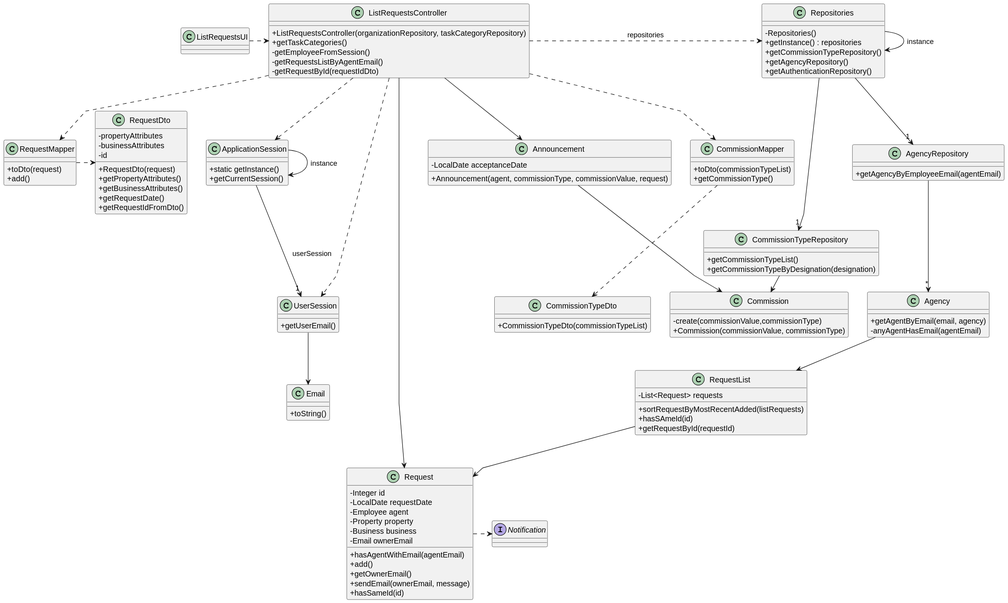
This is docs/sprintD/us008/03.design/svg/us008-class-diagram.svg from rita-barbosa/LAPR2-2223, a PlantUML export, as it was before one commit.
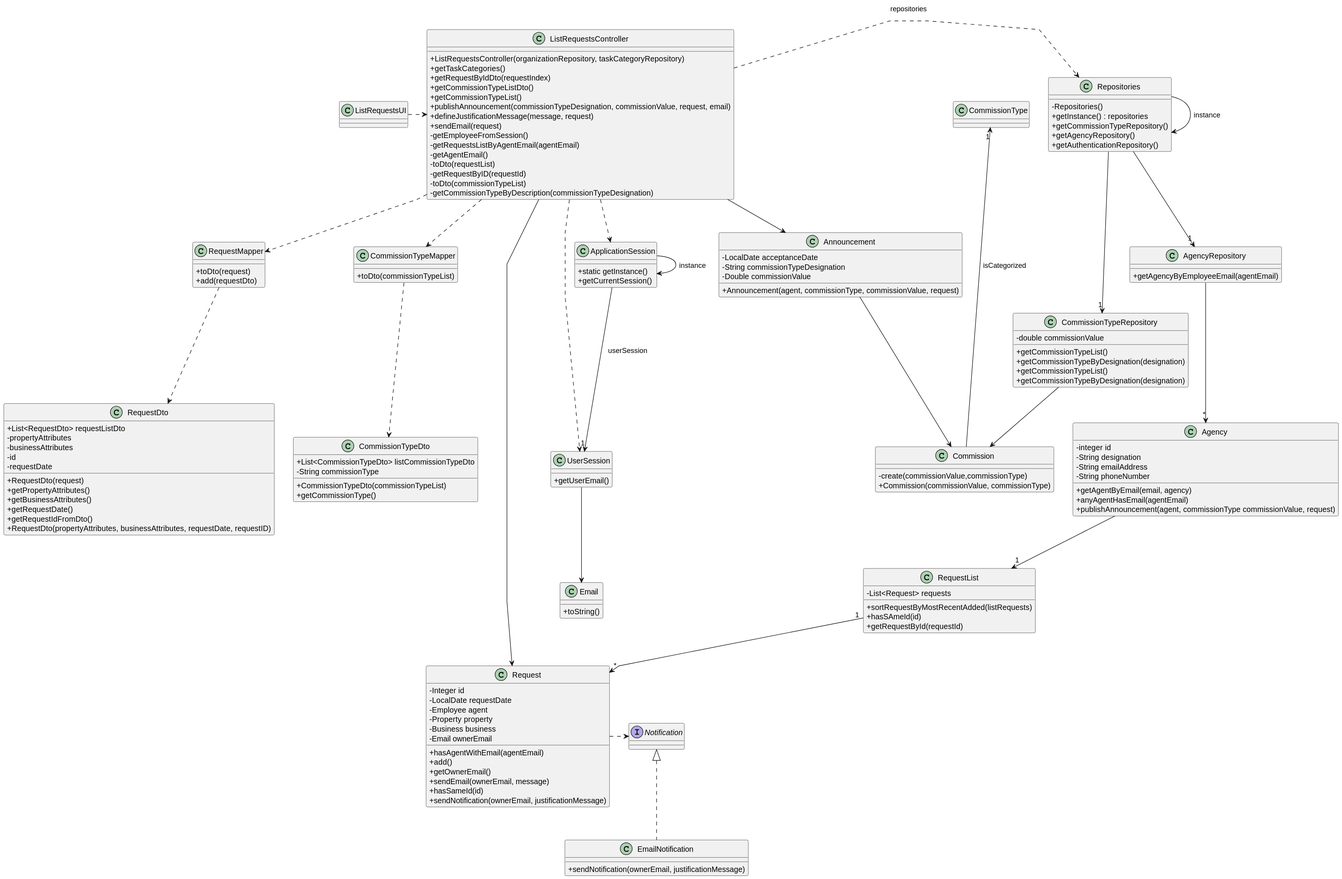
Above is the later version.

Change to the diagram source:
```diff
@@ -17,6 +17,8 @@
 
 
 class CommissionTypeRepository {
+    - double commissionValue
+
     + getCommissionTypeList()
     + getCommissionTypeByDesignation(designation)
 }
@@ -36,10 +38,19 @@
 class ListRequestsController {
     + ListRequestsController(organizationRepository, taskCategoryRepository)
     + getTaskCategories()
+    + getRequestByIdDto(requestIndex)
+    + getCommissionTypeListDto()
+    + getCommissionTypeList()
+    + publishAnnouncement(commissionTypeDesignation, commissionValue, request, email)
+    + defineJustificationMessage(message, request)
+    + sendEmail(request)
     - getEmployeeFromSession()
-    - getRequestsListByAgentEmail()
-    - getRequestById(requestIdDto)
-
+    - getRequestsListByAgentEmail(agentEmail)
+    - getAgentEmail()
+    - toDto(requestList)
+    - getRequestByID(requestId)
+    - toDto(commissionTypeList)
+    - getCommissionTypeByDescription(commissionTypeDesignation)
 }
 
 class ListRequestsUI {
@@ -51,6 +62,8 @@
 
 class Announcement{
     - LocalDate acceptanceDate
+    - String commissionTypeDesignation
+    - Double commissionValue
     + Announcement(agent, commissionType, commissionValue, request)
 }
 
@@ -59,9 +72,20 @@
     + Commission(commissionValue, commissionType)
 }
 
+class CommissionTypeRepository {
+    + getCommissionTypeList()
+    + getCommissionTypeByDesignation(designation)
+}
+
 class Agency{
+    - integer id
+    - String designation
+    - String emailAddress
+    - String phoneNumber
+
     + getAgentByEmail(email, agency)
-    - anyAgentHasEmail(agentEmail)
+    + anyAgentHasEmail(agentEmail)
+    + publishAnnouncement(agent, commissionType commissionValue, request)
 }
 
 class Request{
@@ -77,6 +101,7 @@
 +getOwnerEmail()
 +sendEmail(ownerEmail, message)
 +hasSameId(id)
++ sendNotification(ownerEmail, justificationMessage)
 }
 
 class RequestList{
@@ -89,31 +114,41 @@
 
 class RequestMapper{
 +toDto(request)
-+add()
++add(requestDto)
 }
 
 class RequestDto{
++List<RequestDto> requestListDto
 -propertyAttributes
 -businessAttributes
 -id
+-requestDate
 
 +RequestDto(request)
 +getPropertyAttributes()
 +getBusinessAttributes()
 +getRequestDate()
 +getRequestIdFromDto()
++RequestDto(propertyAttributes, businessAttributes, requestDate, requestID)
 }
 
 interface Notification{
 }
 
-class CommissionMapper{
+class EmailNotification implements Notification{
++sendNotification(ownerEmail, justificationMessage)
+}
+
+class CommissionTypeMapper{
 +toDto(commissionTypeList)
-+getCommissionType()
+
 }
 
 class CommissionTypeDto{
++List<CommissionTypeDto> listCommissionTypeDto
+-String commissionType
 +CommissionTypeDto(commissionTypeList)
++getCommissionType()
 
 }
 
@@ -138,14 +173,15 @@
 ListRequestsController ..> UserSession
 
 ListRequestsController ..> RequestMapper
-ListRequestsController ..> CommissionMapper
+ListRequestsController ..> CommissionTypeMapper
 ListRequestsController --> Announcement
 ListRequestsController -> Request
-Agency --> RequestList
-RequestList --> Request
+Agency --> "1" RequestList
+RequestList "1" --> "*" Request
 Request .> Notification
 CommissionTypeRepository -> Commission
 Announcement --> Commission
-CommissionMapper ..> CommissionTypeDto
-RequestMapper .> RequestDto
+CommissionTypeMapper ..> CommissionTypeDto
+RequestMapper ..> RequestDto
+CommissionType "1" <--- Commission : isCategorized
 @enduml
```
